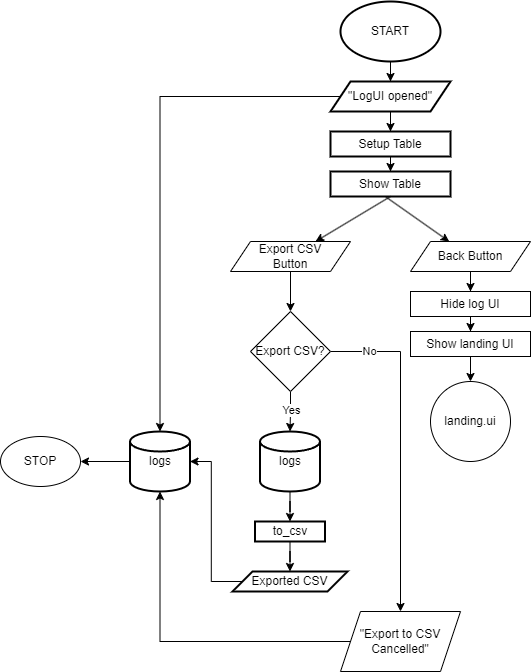
Above: flowchart/log.png in JiheoneyBaek/clinical_health_record_app_project (draw.io), before the change. Source tidied: cells renumbered, new cells last; positions are measured from the earlier drawing's top-left corner, leaving out a move shared by most shapes. Source of this version:
```xml
<mxGraphModel>
  <root>
    <mxCell id="0" />
    <mxCell id="1" parent="0" />
    <mxCell id="2" style="edgeStyle=orthogonalEdgeStyle;rounded=0;jettySize=auto;html=1;" parent="1" edge="1" source="3" target="5">
      <mxGeometry relative="1" as="geometry" />
    </mxCell>
    <mxCell id="3" value="START" style="strokeWidth=2;html=1;shape=mxgraph.flowchart.start_1;whiteSpace=wrap;" parent="1" vertex="1">
      <mxGeometry x="340" width="100" height="60" as="geometry" />
    </mxCell>
    <mxCell id="4" style="edgeStyle=orthogonalEdgeStyle;rounded=0;jettySize=auto;html=1;" parent="1" edge="1" source="5" target="10">
      <mxGeometry relative="1" as="geometry" />
    </mxCell>
    <mxCell id="5" value="&quot;LogUI opened&quot;" style="shape=parallelogram;perimeter=parallelogramPerimeter;whiteSpace=wrap;html=1;fixedSize=1;strokeWidth=2;" parent="1" vertex="1">
      <mxGeometry x="330" y="80" width="120" height="30" as="geometry" />
    </mxCell>
    <mxCell id="6" style="edgeStyle=orthogonalEdgeStyle;rounded=0;jettySize=auto;html=1;exitX=0;exitY=0.5;exitDx=0;exitDy=0;exitPerimeter=0;entryX=1;entryY=0.5;entryDx=0;entryDy=0;" parent="1" edge="1" source="7" target="30">
      <mxGeometry relative="1" as="geometry" />
    </mxCell>
    <mxCell id="7" value="logs" style="strokeWidth=2;html=1;shape=mxgraph.flowchart.database;whiteSpace=wrap;" parent="1" vertex="1">
      <mxGeometry x="129.5" y="430" width="60" height="60" as="geometry" />
    </mxCell>
    <mxCell id="8" style="edgeStyle=orthogonalEdgeStyle;rounded=0;jettySize=auto;html=1;exitX=0;exitY=0.5;exitDx=0;exitDy=0;entryX=0.5;entryY=0;entryDx=0;entryDy=0;entryPerimeter=0;" parent="1" edge="1" source="5" target="7">
      <mxGeometry relative="1" as="geometry" />
    </mxCell>
    <mxCell id="9" style="edgeStyle=orthogonalEdgeStyle;rounded=0;jettySize=auto;html=1;" parent="1" edge="1" source="10" target="11">
      <mxGeometry relative="1" as="geometry" />
    </mxCell>
    <mxCell id="10" value="Setup Table" style="whiteSpace=wrap;html=1;strokeWidth=2;" parent="1" vertex="1">
      <mxGeometry x="330" y="130" width="120" height="25" as="geometry" />
    </mxCell>
    <mxCell id="11" value="Show Table" style="whiteSpace=wrap;html=1;strokeWidth=2;" parent="1" vertex="1">
      <mxGeometry x="330" y="170" width="120" height="25" as="geometry" />
    </mxCell>
    <mxCell id="12" style="endArrow=classic;html=1;rounded=0;exitX=0.5;exitY=1;exitDx=0;exitDy=0;" parent="1" edge="1" source="15">
      <mxGeometry relative="1" as="geometry">
        <mxPoint x="280" y="260" as="targetPoint" />
      </mxGeometry>
    </mxCell>
    <mxCell id="13" style="endArrow=classic;html=1;rounded=0;exitX=0.463;exitY=1.023;exitDx=0;exitDy=0;exitPerimeter=0;" parent="1" edge="1" source="11" target="17">
      <mxGeometry relative="1" as="geometry" />
    </mxCell>
    <mxCell id="14" style="endArrow=classic;html=1;rounded=0;exitX=0.5;exitY=1;exitDx=0;exitDy=0;" parent="1" edge="1" source="11" target="15">
      <mxGeometry relative="1" as="geometry" />
    </mxCell>
    <mxCell id="15" value="Export CSV&lt;br&gt;Button" style="rounded=0;whiteSpace=wrap;html=1;shape=parallelogram;perimeter=parallelogramPerimeter;fixedSize=1;" parent="1" vertex="1">
      <mxGeometry x="230" y="240" width="120" height="30" as="geometry" />
    </mxCell>
    <mxCell id="16" style="edgeStyle=orthogonalEdgeStyle;rounded=0;jettySize=auto;html=1;" parent="1" edge="1" source="17" target="34">
      <mxGeometry relative="1" as="geometry" />
    </mxCell>
    <mxCell id="17" value="Back Button" style="shape=parallelogram;perimeter=parallelogramPerimeter;whiteSpace=wrap;html=1;fixedSize=1;" parent="1" vertex="1">
      <mxGeometry x="410" y="240" width="120" height="30" as="geometry" />
    </mxCell>
    <mxCell id="18" style="edgeStyle=orthogonalEdgeStyle;rounded=0;jettySize=auto;html=1;" parent="1" edge="1" source="19" target="21">
      <mxGeometry relative="1" as="geometry" />
    </mxCell>
    <mxCell id="19" value="logs" style="strokeWidth=2;html=1;shape=mxgraph.flowchart.database;whiteSpace=wrap;" parent="1" vertex="1">
      <mxGeometry x="259.5" y="430" width="60" height="60" as="geometry" />
    </mxCell>
    <mxCell id="20" style="edgeStyle=orthogonalEdgeStyle;rounded=0;jettySize=auto;html=1;" parent="1" edge="1" source="21" target="22">
      <mxGeometry relative="1" as="geometry" />
    </mxCell>
    <mxCell id="21" value="to_csv" style="whiteSpace=wrap;html=1;strokeWidth=2;" parent="1" vertex="1">
      <mxGeometry x="254.5" y="520" width="70" height="20" as="geometry" />
    </mxCell>
    <mxCell id="22" value="Exported CSV" style="whiteSpace=wrap;html=1;strokeWidth=2;shape=parallelogram;perimeter=parallelogramPerimeter;fixedSize=1;" parent="1" vertex="1">
      <mxGeometry x="232" y="570" width="115" height="20" as="geometry" />
    </mxCell>
    <mxCell id="23" style="edgeStyle=orthogonalEdgeStyle;rounded=0;jettySize=auto;html=1;exitX=0;exitY=0.5;exitDx=0;exitDy=0;entryX=1;entryY=0.5;entryDx=0;entryDy=0;entryPerimeter=0;" parent="1" edge="1" source="22" target="7">
      <mxGeometry relative="1" as="geometry" />
    </mxCell>
    <mxCell id="24" style="edgeStyle=orthogonalEdgeStyle;rounded=0;jettySize=auto;html=1;exitX=0.5;exitY=1;exitDx=0;exitDy=0;" parent="1" edge="1" source="28" target="19">
      <mxGeometry relative="1" as="geometry" />
    </mxCell>
    <mxCell id="25" value="Yes" style="edgeLabel;html=1;align=center;verticalAlign=middle;" parent="24" vertex="1">
      <mxGeometry x="-0.11" y="1" relative="1" as="geometry">
        <mxPoint x="-1" as="offset" />
      </mxGeometry>
    </mxCell>
    <mxCell id="26" style="edgeStyle=orthogonalEdgeStyle;rounded=0;jettySize=auto;html=1;" parent="1" edge="1" source="28" target="31">
      <mxGeometry relative="1" as="geometry" />
    </mxCell>
    <mxCell id="27" value="No" style="edgeLabel;html=1;align=center;verticalAlign=middle;" parent="26" vertex="1">
      <mxGeometry x="-0.77" y="1" relative="1" as="geometry" />
    </mxCell>
    <mxCell id="28" value="Export CSV?" style="rhombus;whiteSpace=wrap;html=1;" parent="1" vertex="1">
      <mxGeometry x="250" y="310" width="80" height="80" as="geometry" />
    </mxCell>
    <mxCell id="29" style="endArrow=classic;html=1;rounded=0;exitX=0.5;exitY=1;exitDx=0;exitDy=0;entryX=0.5;entryY=0;entryDx=0;entryDy=0;" parent="1" edge="1" source="15" target="28">
      <mxGeometry relative="1" as="geometry" />
    </mxCell>
    <mxCell id="30" value="STOP" style="ellipse;whiteSpace=wrap;html=1;" parent="1" vertex="1">
      <mxGeometry y="435" width="80" height="50" as="geometry" />
    </mxCell>
    <mxCell id="31" value="&quot;Export to CSV Cancelled&quot;" style="shape=parallelogram;perimeter=parallelogramPerimeter;whiteSpace=wrap;html=1;fixedSize=1;" parent="1" vertex="1">
      <mxGeometry x="340" y="610" width="120" height="60" as="geometry" />
    </mxCell>
    <mxCell id="32" style="edgeStyle=orthogonalEdgeStyle;rounded=0;jettySize=auto;html=1;exitX=0;exitY=0.5;exitDx=0;exitDy=0;entryX=0.5;entryY=1;entryDx=0;entryDy=0;entryPerimeter=0;" parent="1" edge="1" source="31" target="7">
      <mxGeometry relative="1" as="geometry" />
    </mxCell>
    <mxCell id="33" style="edgeStyle=orthogonalEdgeStyle;rounded=0;jettySize=auto;html=1;" parent="1" edge="1" source="34" target="36">
      <mxGeometry relative="1" as="geometry" />
    </mxCell>
    <mxCell id="34" value="Hide log UI" style="whiteSpace=wrap;html=1;" parent="1" vertex="1">
      <mxGeometry x="410" y="290" width="120" height="25" as="geometry" />
    </mxCell>
    <mxCell id="35" style="edgeStyle=orthogonalEdgeStyle;rounded=0;jettySize=auto;html=1;" parent="1" edge="1" source="36" target="37">
      <mxGeometry relative="1" as="geometry" />
    </mxCell>
    <mxCell id="36" value="Show landing UI" style="whiteSpace=wrap;html=1;" parent="1" vertex="1">
      <mxGeometry x="410" y="330" width="120" height="25" as="geometry" />
    </mxCell>
    <mxCell id="37" value="landing.ui" style="ellipse;whiteSpace=wrap;html=1;" parent="1" vertex="1">
      <mxGeometry x="430" y="380" width="80" height="80" as="geometry" />
    </mxCell>
  </root>
</mxGraphModel>
```
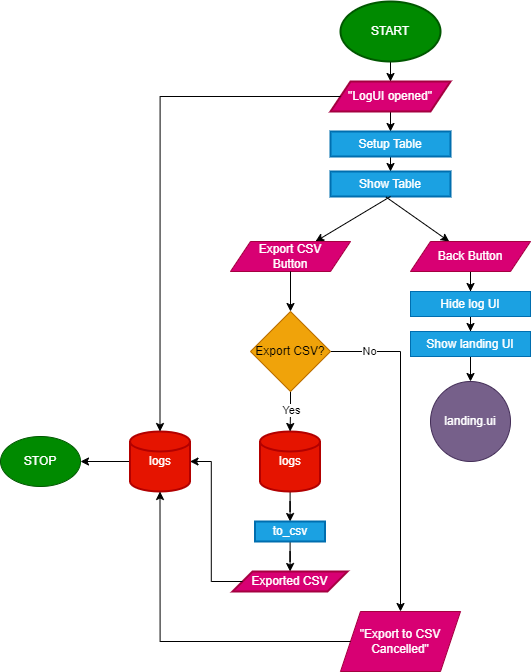
Later version of the same file.

The edit, as a diff of the source:
```diff
@@ -5,19 +5,19 @@
     <mxCell id="2" style="edgeStyle=orthogonalEdgeStyle;rounded=0;jettySize=auto;html=1;" parent="1" edge="1" source="3" target="5">
       <mxGeometry relative="1" as="geometry" />
     </mxCell>
-    <mxCell id="3" value="START" style="strokeWidth=2;html=1;shape=mxgraph.flowchart.start_1;whiteSpace=wrap;" parent="1" vertex="1">
+    <mxCell id="3" value="START" style="strokeWidth=2;html=1;shape=mxgraph.flowchart.start_1;whiteSpace=wrap;fillColor=#008a00;fontColor=#ffffff;strokeColor=#005700;" parent="1" vertex="1">
       <mxGeometry x="340" width="100" height="60" as="geometry" />
     </mxCell>
     <mxCell id="4" style="edgeStyle=orthogonalEdgeStyle;rounded=0;jettySize=auto;html=1;" parent="1" edge="1" source="5" target="10">
       <mxGeometry relative="1" as="geometry" />
     </mxCell>
-    <mxCell id="5" value="&quot;LogUI opened&quot;" style="shape=parallelogram;perimeter=parallelogramPerimeter;whiteSpace=wrap;html=1;fixedSize=1;strokeWidth=2;" parent="1" vertex="1">
+    <mxCell id="5" value="&quot;LogUI opened&quot;" style="shape=parallelogram;perimeter=parallelogramPerimeter;whiteSpace=wrap;html=1;fixedSize=1;strokeWidth=2;fillColor=#d80073;fontColor=#ffffff;strokeColor=#A50040;" parent="1" vertex="1">
       <mxGeometry x="330" y="80" width="120" height="30" as="geometry" />
     </mxCell>
     <mxCell id="6" style="edgeStyle=orthogonalEdgeStyle;rounded=0;jettySize=auto;html=1;exitX=0;exitY=0.5;exitDx=0;exitDy=0;exitPerimeter=0;entryX=1;entryY=0.5;entryDx=0;entryDy=0;" parent="1" edge="1" source="7" target="30">
       <mxGeometry relative="1" as="geometry" />
     </mxCell>
-    <mxCell id="7" value="logs" style="strokeWidth=2;html=1;shape=mxgraph.flowchart.database;whiteSpace=wrap;" parent="1" vertex="1">
+    <mxCell id="7" value="logs" style="strokeWidth=2;html=1;shape=mxgraph.flowchart.database;whiteSpace=wrap;fillColor=#e51400;fontColor=#ffffff;strokeColor=#B20000;" parent="1" vertex="1">
       <mxGeometry x="129.5" y="430" width="60" height="60" as="geometry" />
     </mxCell>
     <mxCell id="8" style="edgeStyle=orthogonalEdgeStyle;rounded=0;jettySize=auto;html=1;exitX=0;exitY=0.5;exitDx=0;exitDy=0;entryX=0.5;entryY=0;entryDx=0;entryDy=0;entryPerimeter=0;" parent="1" edge="1" source="5" target="7">
@@ -26,10 +26,10 @@
     <mxCell id="9" style="edgeStyle=orthogonalEdgeStyle;rounded=0;jettySize=auto;html=1;" parent="1" edge="1" source="10" target="11">
       <mxGeometry relative="1" as="geometry" />
     </mxCell>
-    <mxCell id="10" value="Setup Table" style="whiteSpace=wrap;html=1;strokeWidth=2;" parent="1" vertex="1">
+    <mxCell id="10" value="Setup Table" style="whiteSpace=wrap;html=1;strokeWidth=2;fillColor=#1ba1e2;fontColor=#ffffff;strokeColor=#006EAF;" parent="1" vertex="1">
       <mxGeometry x="330" y="130" width="120" height="25" as="geometry" />
     </mxCell>
-    <mxCell id="11" value="Show Table" style="whiteSpace=wrap;html=1;strokeWidth=2;" parent="1" vertex="1">
+    <mxCell id="11" value="Show Table" style="whiteSpace=wrap;html=1;strokeWidth=2;fillColor=#1ba1e2;fontColor=#ffffff;strokeColor=#006EAF;" parent="1" vertex="1">
       <mxGeometry x="330" y="170" width="120" height="25" as="geometry" />
     </mxCell>
     <mxCell id="12" style="endArrow=classic;html=1;rounded=0;exitX=0.5;exitY=1;exitDx=0;exitDy=0;" parent="1" edge="1" source="15">
@@ -43,28 +43,28 @@
     <mxCell id="14" style="endArrow=classic;html=1;rounded=0;exitX=0.5;exitY=1;exitDx=0;exitDy=0;" parent="1" edge="1" source="11" target="15">
       <mxGeometry relative="1" as="geometry" />
     </mxCell>
-    <mxCell id="15" value="Export CSV&lt;br&gt;Button" style="rounded=0;whiteSpace=wrap;html=1;shape=parallelogram;perimeter=parallelogramPerimeter;fixedSize=1;" parent="1" vertex="1">
+    <mxCell id="15" value="Export CSV&lt;br&gt;Button" style="rounded=0;whiteSpace=wrap;html=1;shape=parallelogram;perimeter=parallelogramPerimeter;fixedSize=1;fillColor=#d80073;fontColor=#ffffff;strokeColor=#A50040;" parent="1" vertex="1">
       <mxGeometry x="230" y="240" width="120" height="30" as="geometry" />
     </mxCell>
     <mxCell id="16" style="edgeStyle=orthogonalEdgeStyle;rounded=0;jettySize=auto;html=1;" parent="1" edge="1" source="17" target="34">
       <mxGeometry relative="1" as="geometry" />
     </mxCell>
-    <mxCell id="17" value="Back Button" style="shape=parallelogram;perimeter=parallelogramPerimeter;whiteSpace=wrap;html=1;fixedSize=1;" parent="1" vertex="1">
+    <mxCell id="17" value="Back Button" style="shape=parallelogram;perimeter=parallelogramPerimeter;whiteSpace=wrap;html=1;fixedSize=1;fillColor=#d80073;fontColor=#ffffff;strokeColor=#A50040;" parent="1" vertex="1">
       <mxGeometry x="410" y="240" width="120" height="30" as="geometry" />
     </mxCell>
     <mxCell id="18" style="edgeStyle=orthogonalEdgeStyle;rounded=0;jettySize=auto;html=1;" parent="1" edge="1" source="19" target="21">
       <mxGeometry relative="1" as="geometry" />
     </mxCell>
-    <mxCell id="19" value="logs" style="strokeWidth=2;html=1;shape=mxgraph.flowchart.database;whiteSpace=wrap;" parent="1" vertex="1">
+    <mxCell id="19" value="logs" style="strokeWidth=2;html=1;shape=mxgraph.flowchart.database;whiteSpace=wrap;fillColor=#e51400;fontColor=#ffffff;strokeColor=#B20000;" parent="1" vertex="1">
       <mxGeometry x="259.5" y="430" width="60" height="60" as="geometry" />
     </mxCell>
     <mxCell id="20" style="edgeStyle=orthogonalEdgeStyle;rounded=0;jettySize=auto;html=1;" parent="1" edge="1" source="21" target="22">
       <mxGeometry relative="1" as="geometry" />
     </mxCell>
-    <mxCell id="21" value="to_csv" style="whiteSpace=wrap;html=1;strokeWidth=2;" parent="1" vertex="1">
+    <mxCell id="21" value="to_csv" style="whiteSpace=wrap;html=1;strokeWidth=2;fillColor=#1ba1e2;fontColor=#ffffff;strokeColor=#006EAF;" parent="1" vertex="1">
       <mxGeometry x="254.5" y="520" width="70" height="20" as="geometry" />
     </mxCell>
-    <mxCell id="22" value="Exported CSV" style="whiteSpace=wrap;html=1;strokeWidth=2;shape=parallelogram;perimeter=parallelogramPerimeter;fixedSize=1;" parent="1" vertex="1">
+    <mxCell id="22" value="Exported CSV" style="whiteSpace=wrap;html=1;strokeWidth=2;shape=parallelogram;perimeter=parallelogramPerimeter;fixedSize=1;fillColor=#d80073;fontColor=#ffffff;strokeColor=#A50040;" parent="1" vertex="1">
       <mxGeometry x="232" y="570" width="115" height="20" as="geometry" />
     </mxCell>
     <mxCell id="23" style="edgeStyle=orthogonalEdgeStyle;rounded=0;jettySize=auto;html=1;exitX=0;exitY=0.5;exitDx=0;exitDy=0;entryX=1;entryY=0.5;entryDx=0;entryDy=0;entryPerimeter=0;" parent="1" edge="1" source="22" target="7">
@@ -84,16 +84,16 @@
     <mxCell id="27" value="No" style="edgeLabel;html=1;align=center;verticalAlign=middle;" parent="26" vertex="1">
       <mxGeometry x="-0.77" y="1" relative="1" as="geometry" />
     </mxCell>
-    <mxCell id="28" value="Export CSV?" style="rhombus;whiteSpace=wrap;html=1;" parent="1" vertex="1">
+    <mxCell id="28" value="Export CSV?" style="rhombus;whiteSpace=wrap;html=1;fillColor=#f0a30a;fontColor=#000000;strokeColor=#BD7000;" parent="1" vertex="1">
       <mxGeometry x="250" y="310" width="80" height="80" as="geometry" />
     </mxCell>
     <mxCell id="29" style="endArrow=classic;html=1;rounded=0;exitX=0.5;exitY=1;exitDx=0;exitDy=0;entryX=0.5;entryY=0;entryDx=0;entryDy=0;" parent="1" edge="1" source="15" target="28">
       <mxGeometry relative="1" as="geometry" />
     </mxCell>
-    <mxCell id="30" value="STOP" style="ellipse;whiteSpace=wrap;html=1;" parent="1" vertex="1">
+    <mxCell id="30" value="STOP" style="ellipse;whiteSpace=wrap;html=1;fillColor=#008a00;fontColor=#ffffff;strokeColor=#005700;" parent="1" vertex="1">
       <mxGeometry y="435" width="80" height="50" as="geometry" />
     </mxCell>
-    <mxCell id="31" value="&quot;Export to CSV Cancelled&quot;" style="shape=parallelogram;perimeter=parallelogramPerimeter;whiteSpace=wrap;html=1;fixedSize=1;" parent="1" vertex="1">
+    <mxCell id="31" value="&quot;Export to CSV Cancelled&quot;" style="shape=parallelogram;perimeter=parallelogramPerimeter;whiteSpace=wrap;html=1;fixedSize=1;fillColor=#d80073;fontColor=#ffffff;strokeColor=#A50040;" parent="1" vertex="1">
       <mxGeometry x="340" y="610" width="120" height="60" as="geometry" />
     </mxCell>
     <mxCell id="32" style="edgeStyle=orthogonalEdgeStyle;rounded=0;jettySize=auto;html=1;exitX=0;exitY=0.5;exitDx=0;exitDy=0;entryX=0.5;entryY=1;entryDx=0;entryDy=0;entryPerimeter=0;" parent="1" edge="1" source="31" target="7">
@@ -102,16 +102,16 @@
     <mxCell id="33" style="edgeStyle=orthogonalEdgeStyle;rounded=0;jettySize=auto;html=1;" parent="1" edge="1" source="34" target="36">
       <mxGeometry relative="1" as="geometry" />
     </mxCell>
-    <mxCell id="34" value="Hide log UI" style="whiteSpace=wrap;html=1;" parent="1" vertex="1">
+    <mxCell id="34" value="Hide log UI" style="whiteSpace=wrap;html=1;fillColor=#1ba1e2;fontColor=#ffffff;strokeColor=#006EAF;" parent="1" vertex="1">
       <mxGeometry x="410" y="290" width="120" height="25" as="geometry" />
     </mxCell>
     <mxCell id="35" style="edgeStyle=orthogonalEdgeStyle;rounded=0;jettySize=auto;html=1;" parent="1" edge="1" source="36" target="37">
       <mxGeometry relative="1" as="geometry" />
     </mxCell>
-    <mxCell id="36" value="Show landing UI" style="whiteSpace=wrap;html=1;" parent="1" vertex="1">
+    <mxCell id="36" value="Show landing UI" style="whiteSpace=wrap;html=1;fillColor=#1ba1e2;fontColor=#ffffff;strokeColor=#006EAF;" parent="1" vertex="1">
       <mxGeometry x="410" y="330" width="120" height="25" as="geometry" />
     </mxCell>
-    <mxCell id="37" value="landing.ui" style="ellipse;whiteSpace=wrap;html=1;" parent="1" vertex="1">
+    <mxCell id="37" value="landing.ui" style="ellipse;whiteSpace=wrap;html=1;fillColor=#76608a;fontColor=#ffffff;strokeColor=#432D57;" parent="1" vertex="1">
       <mxGeometry x="430" y="380" width="80" height="80" as="geometry" />
     </mxCell>
   </root>
```
